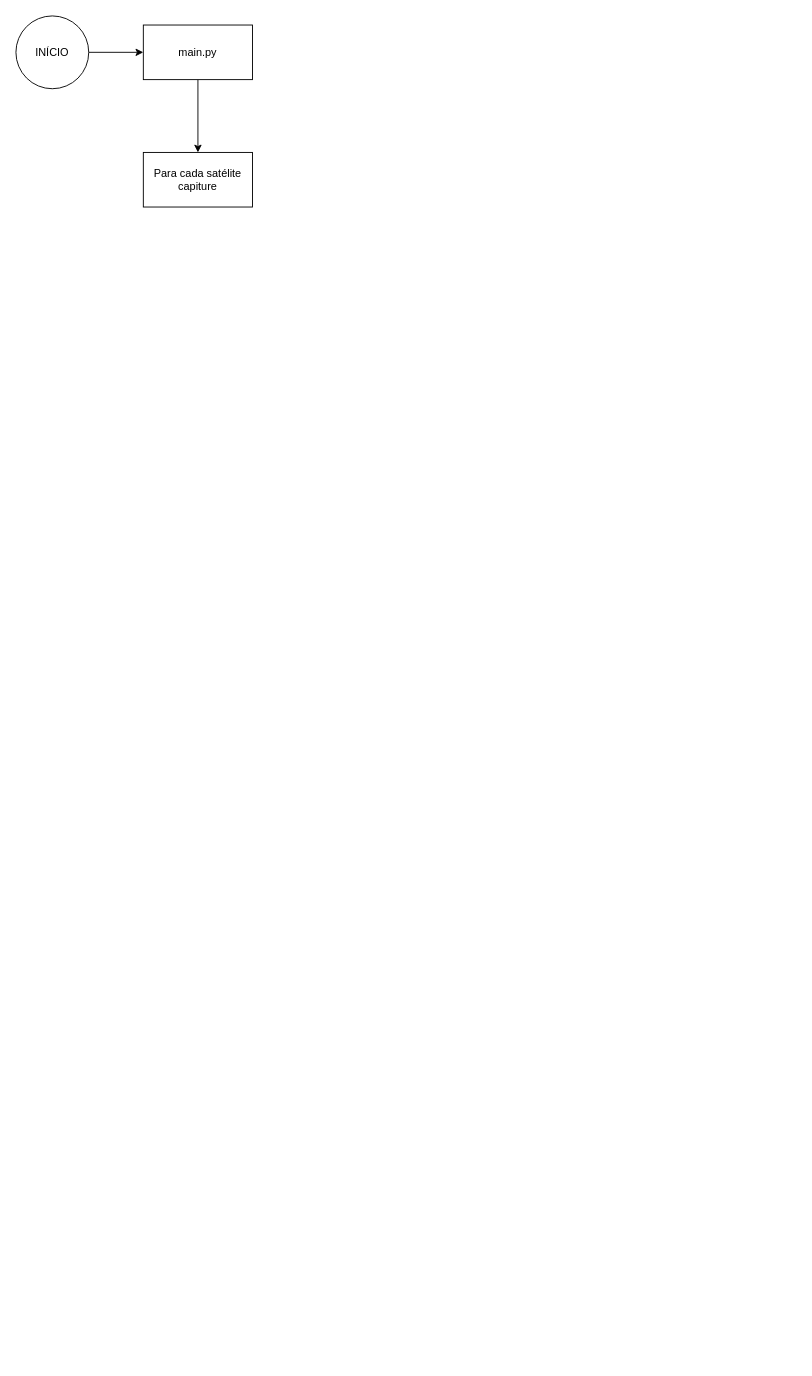
Before: PB1_SOLUCAO_NUMERICA_DOIS_CORPOS.drawio in JoaoVPizoni/NAVEGACAO_GUIAGEM_CONTROLE_UFABC, a draw.io diagram. Source tidied: cells renumbered, new cells numbered last; positions are measured from the earlier drawing's top-left corner, leaving out a move shared by most shapes. Both pictures are drawn from the tidied source at 91%, with x=0, y=0 at pixel (15, 15).
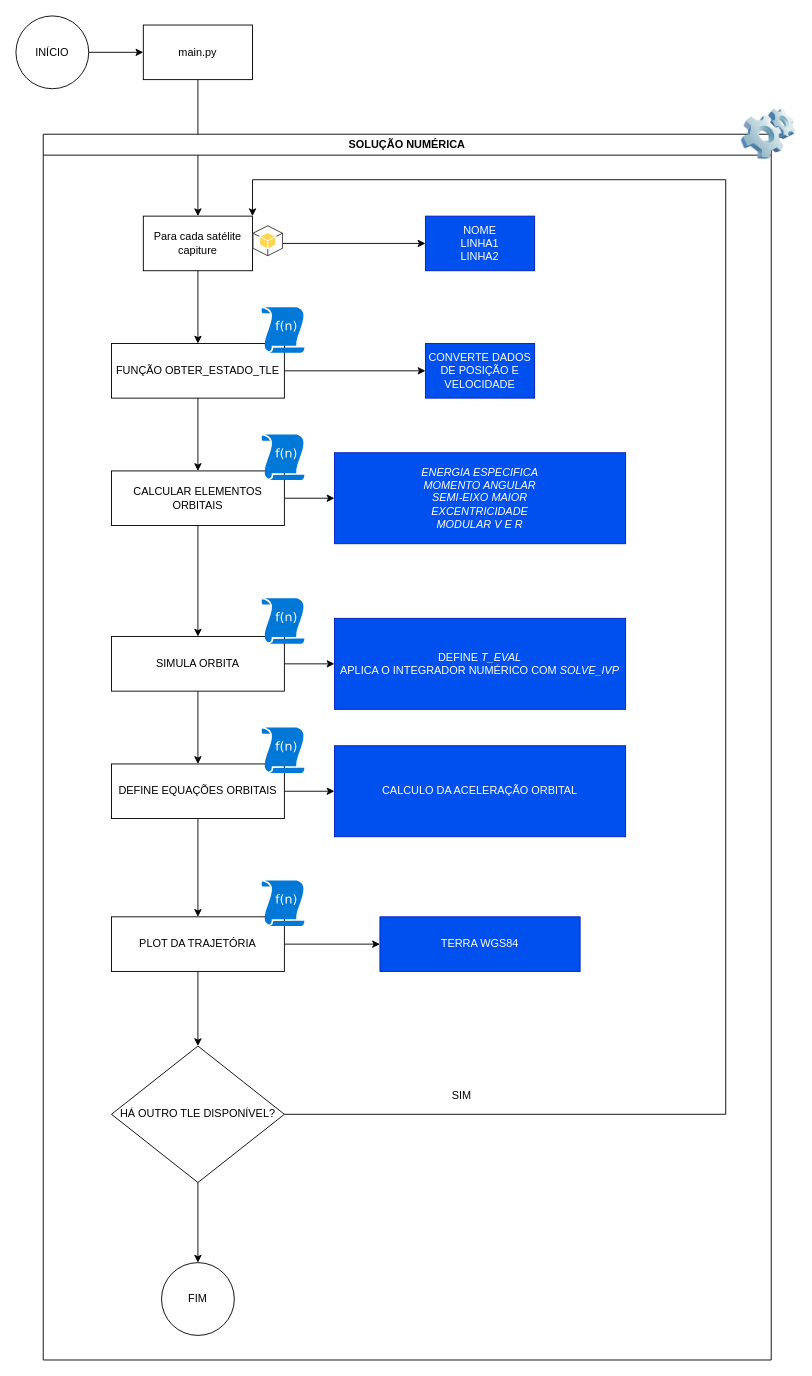
Above is the later version.

Commit message:
Arquitetura da Solução Desenvolvida

Change to the diagram source:
```diff
@@
+    <mxCell id="7" style="edgeStyle=orthogonalEdgeStyle;rounded=0;jettySize=auto;html=1;" parent="1" edge="1" source="6" target="10">
+      <mxGeometry relative="1" as="geometry" />
+    </mxCell>
+    <mxCell id="8" style="edgeStyle=orthogonalEdgeStyle;rounded=0;jettySize=auto;html=1;" parent="1" edge="1" source="6" target="13">
+      <mxGeometry relative="1" as="geometry" />
+    </mxCell>
     <mxCell id="6" value="Para cada satélite capiture" style="whiteSpace=wrap;html=1;" parent="1" vertex="1">
-      <mxGeometry x="140" y="150" width="120" height="60" as="geometry" />
+      <mxGeometry x="140" y="220" width="120" height="60" as="geometry" />
     </mxCell>
+    <mxCell id="9" style="dashed=0;verticalLabelPosition=bottom;verticalAlign=top;align=center;html=1;shape=mxgraph.aws3.android;fillColor=#FFD44F;gradientColor=none;" parent="1" vertex="1">
+      <mxGeometry x="260" y="230" width="33.5" height="34" as="geometry" />
+    </mxCell>
+    <mxCell id="10" value="NOME&lt;div&gt;LINHA1&lt;/div&gt;&lt;div&gt;LINHA2&lt;/div&gt;" style="whiteSpace=wrap;html=1;fillColor=#0050ef;fontColor=#ffffff;strokeColor=#001DBC;" parent="1" vertex="1">
+      <mxGeometry x="450" y="220" width="120" height="60" as="geometry" />
+    </mxCell>
+    <mxCell id="11" style="edgeStyle=orthogonalEdgeStyle;rounded=0;jettySize=auto;html=1;entryX=0;entryY=0.5;entryDx=0;entryDy=0;" parent="1" edge="1" source="13" target="14">
+      <mxGeometry relative="1" as="geometry" />
+    </mxCell>
+    <mxCell id="12" style="edgeStyle=orthogonalEdgeStyle;rounded=0;jettySize=auto;html=1;" parent="1" edge="1" source="13" target="18">
+      <mxGeometry relative="1" as="geometry" />
+    </mxCell>
+    <mxCell id="13" value="FUNÇÃO OBTER_ESTADO_TLE" style="whiteSpace=wrap;html=1;" parent="1" vertex="1">
+      <mxGeometry x="105" y="360" width="190" height="60" as="geometry" />
+    </mxCell>
+    <mxCell id="14" value="CONVERTE DADOS DE POSIÇÃO E VELOCIDADE" style="whiteSpace=wrap;html=1;fillColor=#0050ef;fontColor=#ffffff;strokeColor=#001DBC;" parent="1" vertex="1">
+      <mxGeometry x="450" y="360" width="120" height="60" as="geometry" />
+    </mxCell>
+    <mxCell id="15" style="sketch=0;shadow=0;dashed=0;html=1;strokeColor=none;labelPosition=center;verticalLabelPosition=bottom;verticalAlign=top;align=center;shape=mxgraph.mscae.enterprise.udf_function;fillColor=#0078D7;" parent="1" vertex="1">
+      <mxGeometry x="270" y="320" width="47" height="50" as="geometry" />
+    </mxCell>
+    <mxCell id="16" style="edgeStyle=orthogonalEdgeStyle;rounded=0;jettySize=auto;html=1;entryX=0;entryY=0.5;entryDx=0;entryDy=0;" parent="1" edge="1" source="18" target="20">
+      <mxGeometry relative="1" as="geometry" />
+    </mxCell>
+    <mxCell id="17" style="edgeStyle=orthogonalEdgeStyle;rounded=0;jettySize=auto;html=1;" parent="1" edge="1" source="18" target="25">
+      <mxGeometry relative="1" as="geometry" />
+    </mxCell>
+    <mxCell id="18" value="CALCULAR ELEMENTOS ORBITAIS" style="whiteSpace=wrap;html=1;" parent="1" vertex="1">
+      <mxGeometry x="105" y="500" width="190" height="60" as="geometry" />
+    </mxCell>
+    <mxCell id="19" style="sketch=0;shadow=0;dashed=0;html=1;strokeColor=none;labelPosition=center;verticalLabelPosition=bottom;verticalAlign=top;align=center;shape=mxgraph.mscae.enterprise.udf_function;fillColor=#0078D7;" parent="1" vertex="1">
+      <mxGeometry x="270" y="460" width="47" height="50" as="geometry" />
+    </mxCell>
+    <mxCell id="20" value="&lt;i&gt;ENERGIA ESPECIFICA&lt;/i&gt;&lt;div&gt;&lt;i&gt;MOMENTO ANGULAR&lt;/i&gt;&lt;/div&gt;&lt;div&gt;&lt;i&gt;SEMI-EIXO MAIOR&lt;/i&gt;&lt;/div&gt;&lt;div&gt;&lt;i&gt;EXCENTRICIDADE&lt;/i&gt;&lt;/div&gt;&lt;div&gt;&lt;i&gt;MODULAR V E R&lt;/i&gt;&lt;/div&gt;" style="whiteSpace=wrap;html=1;fillColor=#0050ef;fontColor=#ffffff;strokeColor=#001DBC;" parent="1" vertex="1">
+      <mxGeometry x="350" y="480" width="320" height="100" as="geometry" />
+    </mxCell>
+    <mxCell id="21" value="SOLUÇÃO NUMÉRICA" style="swimlane;whiteSpace=wrap;html=1;" parent="1" vertex="1">
+      <mxGeometry x="30" y="130" width="800" height="1347" as="geometry" />
+    </mxCell>
+    <mxCell id="22" style="image;html=1;image=img/lib/clip_art/computers/Software_128x128.png;" parent="21" vertex="1">
+      <mxGeometry x="767" y="-40" width="60" height="80" as="geometry" />
+    </mxCell>
+    <mxCell id="23" style="edgeStyle=orthogonalEdgeStyle;rounded=0;jettySize=auto;html=1;" parent="21" edge="1" source="25" target="29">
+      <mxGeometry relative="1" as="geometry" />
+    </mxCell>
+    <mxCell id="24" style="edgeStyle=orthogonalEdgeStyle;rounded=0;jettySize=auto;html=1;entryX=0;entryY=0.5;entryDx=0;entryDy=0;" parent="21" edge="1" source="25" target="26">
+      <mxGeometry relative="1" as="geometry" />
+    </mxCell>
+    <mxCell id="25" value="SIMULA ORBITA" style="whiteSpace=wrap;html=1;" parent="21" vertex="1">
+      <mxGeometry x="75" y="552" width="190" height="60" as="geometry" />
+    </mxCell>
+    <mxCell id="26" value="&lt;div&gt;&lt;div&gt;DEFINE &lt;i&gt;T_EVAL&lt;/i&gt;&lt;/div&gt;&lt;/div&gt;&lt;div&gt;APLICA O INTEGRADOR NUMÉRICO COM &lt;i&gt;SOLVE_IVP&lt;/i&gt;&lt;/div&gt;" style="whiteSpace=wrap;html=1;fillColor=#0050ef;fontColor=#ffffff;strokeColor=#001DBC;" parent="21" vertex="1">
+      <mxGeometry x="320" y="532" width="320" height="100" as="geometry" />
+    </mxCell>
+    <mxCell id="27" style="edgeStyle=orthogonalEdgeStyle;rounded=0;jettySize=auto;html=1;entryX=0;entryY=0.5;entryDx=0;entryDy=0;" parent="21" edge="1" source="29" target="32">
+      <mxGeometry relative="1" as="geometry" />
+    </mxCell>
+    <mxCell id="28" style="edgeStyle=orthogonalEdgeStyle;rounded=0;jettySize=auto;html=1;entryX=0.5;entryY=0;entryDx=0;entryDy=0;" parent="21" edge="1" source="29" target="35">
+      <mxGeometry relative="1" as="geometry" />
+    </mxCell>
+    <mxCell id="29" value="DEFINE EQUAÇÕES ORBITAIS" style="whiteSpace=wrap;html=1;" parent="21" vertex="1">
+      <mxGeometry x="75" y="692" width="190" height="60" as="geometry" />
+    </mxCell>
+    <mxCell id="30" style="sketch=0;shadow=0;dashed=0;html=1;strokeColor=none;labelPosition=center;verticalLabelPosition=bottom;verticalAlign=top;align=center;shape=mxgraph.mscae.enterprise.udf_function;fillColor=#0078D7;" parent="21" vertex="1">
+      <mxGeometry x="240" y="510" width="47" height="50" as="geometry" />
+    </mxCell>
+    <mxCell id="31" style="sketch=0;shadow=0;dashed=0;html=1;strokeColor=none;labelPosition=center;verticalLabelPosition=bottom;verticalAlign=top;align=center;shape=mxgraph.mscae.enterprise.udf_function;fillColor=#0078D7;" parent="21" vertex="1">
+      <mxGeometry x="240" y="652" width="47" height="50" as="geometry" />
+    </mxCell>
+    <mxCell id="32" value="&lt;div&gt;&lt;div&gt;CALCULO DA ACELERAÇÃO ORBITAL&lt;/div&gt;&lt;/div&gt;" style="whiteSpace=wrap;html=1;fillColor=#0050ef;fontColor=#ffffff;strokeColor=#001DBC;" parent="21" vertex="1">
+      <mxGeometry x="320" y="672" width="320" height="100" as="geometry" />
+    </mxCell>
+    <mxCell id="33" style="edgeStyle=orthogonalEdgeStyle;rounded=0;jettySize=auto;html=1;entryX=0.5;entryY=0;entryDx=0;entryDy=0;" parent="21" edge="1" source="35" target="38">
+      <mxGeometry relative="1" as="geometry" />
+    </mxCell>
+    <mxCell id="34" style="edgeStyle=orthogonalEdgeStyle;rounded=0;jettySize=auto;html=1;" parent="21" edge="1" source="35" target="40">
+      <mxGeometry relative="1" as="geometry" />
+    </mxCell>
+    <mxCell id="35" value="PLOT DA TRAJETÓRIA" style="whiteSpace=wrap;html=1;" parent="21" vertex="1">
+      <mxGeometry x="75" y="860" width="190" height="60" as="geometry" />
+    </mxCell>
+    <mxCell id="36" style="sketch=0;shadow=0;dashed=0;html=1;strokeColor=none;labelPosition=center;verticalLabelPosition=bottom;verticalAlign=top;align=center;shape=mxgraph.mscae.enterprise.udf_function;fillColor=#0078D7;" parent="21" vertex="1">
+      <mxGeometry x="240" y="820" width="47" height="50" as="geometry" />
+    </mxCell>
+    <mxCell id="37" style="edgeStyle=orthogonalEdgeStyle;rounded=0;jettySize=auto;html=1;" parent="21" edge="1" source="38" target="41">
+      <mxGeometry relative="1" as="geometry" />
+    </mxCell>
+    <mxCell id="38" value="HÁ OUTRO TLE DISPONÍVEL?" style="rhombus;whiteSpace=wrap;html=1;" parent="21" vertex="1">
+      <mxGeometry x="75" y="1002" width="190" height="150" as="geometry" />
+    </mxCell>
+    <mxCell id="39" value="SIM" style="text;html=1;align=center;verticalAlign=middle;whiteSpace=wrap;rounded=0;" parent="21" vertex="1">
+      <mxGeometry x="430" y="1042" width="60" height="30" as="geometry" />
+    </mxCell>
+    <mxCell id="40" value="&lt;div&gt;&lt;div&gt;TERRA WGS84&lt;/div&gt;&lt;/div&gt;" style="whiteSpace=wrap;html=1;fillColor=#0050ef;fontColor=#ffffff;strokeColor=#001DBC;" parent="21" vertex="1">
+      <mxGeometry x="370" y="860" width="220" height="60" as="geometry" />
+    </mxCell>
+    <mxCell id="41" value="FIM" style="ellipse;whiteSpace=wrap;html=1;" parent="21" vertex="1">
+      <mxGeometry x="130" y="1240" width="80" height="80" as="geometry" />
+    </mxCell>
+    <mxCell id="42" style="edgeStyle=orthogonalEdgeStyle;rounded=0;jettySize=auto;html=1;entryX=1;entryY=0;entryDx=0;entryDy=0;exitX=1;exitY=0.5;exitDx=0;exitDy=0;" parent="1" edge="1" source="38" target="6">
+      <mxGeometry relative="1" as="geometry">
+        <Array as="points">
+          <mxPoint x="780" y="1207" />
+          <mxPoint x="780" y="180" />
+          <mxPoint x="260" y="180" />
+        </Array>
+      </mxGeometry>
+    </mxCell>
```
